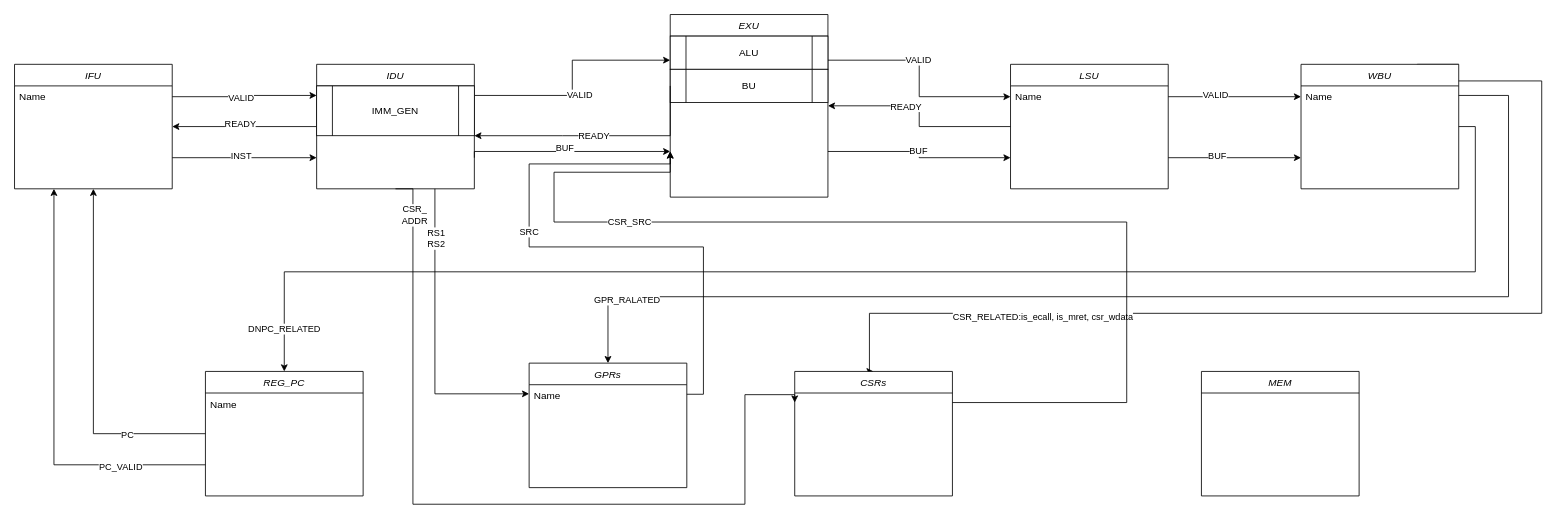
Earlier version of the draw.io diagram efactor_npc.drawio (rand-kcs/demo). Source tidied: cells renumbered, new cells numbered last; positions are measured from the earlier drawing's top-left corner, leaving out a move shared by most shapes. Both pictures are drawn from the tidied source at 83%, with x=0, y=0 at pixel (14, 14).
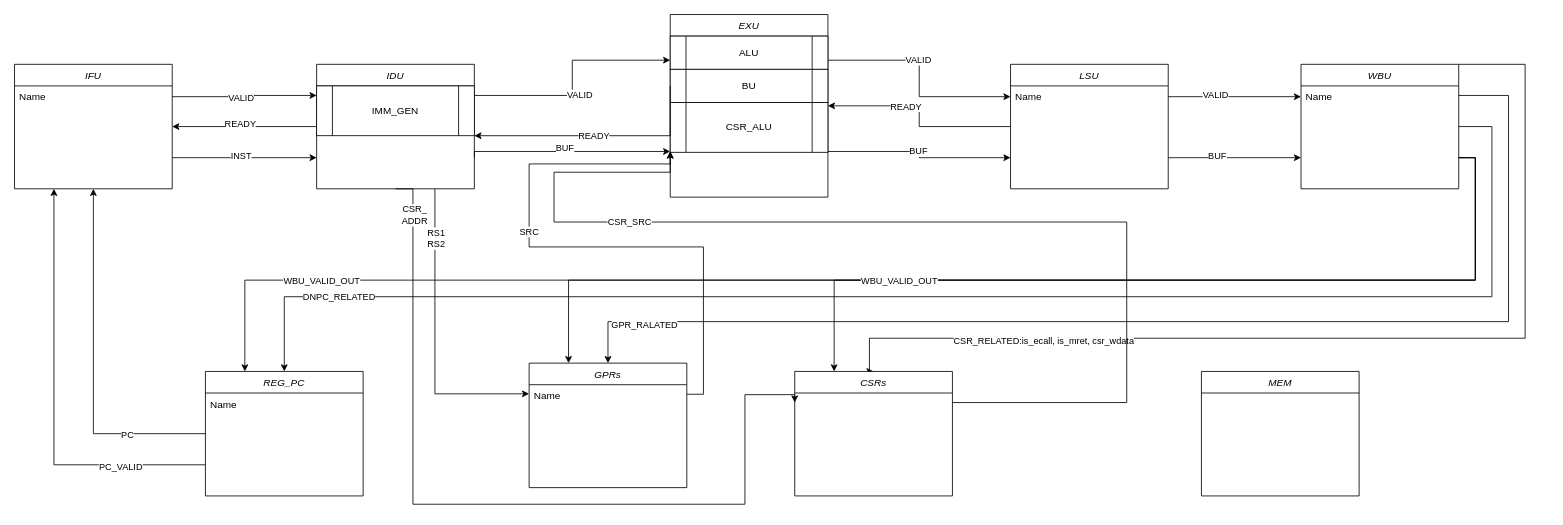
The same page after the edit.

The change refers to these unchanged cells:
```xml
<mxCell id="12" value="WBU" style="swimlane;fontStyle=2;align=center;verticalAlign=top;horizontal=1;startSize=26;rounded=0;shadow=0;strokeWidth=1;" parent="1" vertex="1">
  <mxGeometry x="1550" y="60" width="190" height="150" as="geometry" />
</mxCell>
<mxCell id="18" value="EXU" style="swimlane;fontStyle=2;align=center;verticalAlign=top;horizontal=1;startSize=26;rounded=0;shadow=0;strokeWidth=1;" parent="1" vertex="1">
  <mxGeometry x="790" width="190" height="220" as="geometry" />
</mxCell>
<mxCell id="42" value="GPRs" style="swimlane;fontStyle=2;align=center;verticalAlign=top;horizontal=1;startSize=26;rounded=0;shadow=0;strokeWidth=1;" parent="1" vertex="1">
  <mxGeometry x="620" y="420" width="190" height="150" as="geometry" />
</mxCell>
<mxCell id="48" value="REG_PC" style="swimlane;fontStyle=2;align=center;verticalAlign=top;horizontal=1;startSize=26;rounded=0;shadow=0;strokeWidth=1;" parent="1" vertex="1">
  <mxGeometry x="230" y="430" width="190" height="150" as="geometry" />
</mxCell>
<mxCell id="56" value="CSRs" style="swimlane;fontStyle=2;align=center;verticalAlign=top;horizontal=1;startSize=26;rounded=0;shadow=0;strokeWidth=1;" parent="1" vertex="1">
  <mxGeometry x="940" y="430" width="190" height="150" as="geometry" />
</mxCell>
```

The edit, as a diff of the source:
```diff
@@
     <mxCell id="6" style="edgeStyle=orthogonalEdgeStyle;rounded=0;jettySize=auto;html=1;exitX=1;exitY=0.5;exitDx=0;exitDy=0;entryX=0.5;entryY=0;entryDx=0;entryDy=0;" parent="1" edge="1" source="12" target="48">
       <mxGeometry relative="1" as="geometry">
         <Array as="points">
-          <mxPoint x="1760" y="135" />
-          <mxPoint x="1760" y="310" />
-          <mxPoint x="325" y="310" />
+          <mxPoint x="1780" y="135" />
+          <mxPoint x="1780" y="340" />
+          <mxPoint x="325" y="340" />
         </Array>
       </mxGeometry>
     </mxCell>
     <mxCell id="7" value="DNPC_RELATED" style="edgeLabel;html=1;align=center;verticalAlign=middle;" parent="6" vertex="1">
-      <mxGeometry x="0.94" y="-1" relative="1" as="geometry" />
+      <mxGeometry x="0.94" y="-1" relative="1" as="geometry">
+        <mxPoint x="66" y="-37" as="offset" />
+      </mxGeometry>
     </mxCell>
     <mxCell id="8" style="edgeStyle=orthogonalEdgeStyle;rounded=0;jettySize=auto;html=1;exitX=1;exitY=0.25;exitDx=0;exitDy=0;entryX=0.5;entryY=0;entryDx=0;entryDy=0;" parent="1" edge="1" source="12" target="42">
       <mxGeometry relative="1" as="geometry">
         <Array as="points">
-          <mxPoint x="1800" y="98" />
-          <mxPoint x="1800" y="340" />
-          <mxPoint x="715" y="340" />
+          <mxPoint x="1800" y="97" />
+          <mxPoint x="1800" y="370" />
+          <mxPoint x="715" y="370" />
         </Array>
       </mxGeometry>
     </mxCell>
     <mxCell id="9" value="GPR_RALATED" style="edgeLabel;html=1;align=center;verticalAlign=middle;" parent="8" vertex="1">
-      <mxGeometry x="0.86" y="3" relative="1" as="geometry" />
+      <mxGeometry x="0.86" y="3" relative="1" as="geometry">
+        <mxPoint x="-9" as="offset" />
+      </mxGeometry>
     </mxCell>
     <mxCell id="10" style="edgeStyle=orthogonalEdgeStyle;rounded=0;jettySize=auto;html=1;exitX=1;exitY=0;exitDx=0;exitDy=0;entryX=0.5;entryY=0;entryDx=0;entryDy=0;" parent="1" edge="1" source="12" target="56">
       <mxGeometry relative="1" as="geometry">
         <Array as="points">
-          <mxPoint x="1690" y="60" />
-          <mxPoint x="1690" y="80" />
-          <mxPoint x="1840" y="80" />
-          <mxPoint x="1840" y="360" />
-          <mxPoint x="1030" y="360" />
+          <mxPoint x="1820" y="60" />
+          <mxPoint x="1820" y="390" />
+          <mxPoint x="1030" y="390" />
           <mxPoint x="1030" y="430" />
         </Array>
       </mxGeometry>
     </mxCell>
@@
+    <mxCell id="59" style="edgeStyle=orthogonalEdgeStyle;rounded=0;jettySize=auto;html=1;exitX=1;exitY=0.75;exitDx=0;exitDy=0;entryX=0.25;entryY=0;entryDx=0;entryDy=0;" parent="1" edge="1" source="12" target="48">
+      <mxGeometry relative="1" as="geometry">
+        <Array as="points">
+          <mxPoint x="1760" y="173" />
+          <mxPoint x="1760" y="320" />
+          <mxPoint x="278" y="320" />
+        </Array>
+      </mxGeometry>
+    </mxCell>
+    <mxCell id="60" value="WBU_VALID_OUT" style="edgeLabel;html=1;align=center;verticalAlign=middle;" parent="59" vertex="1">
+      <mxGeometry x="0.77" relative="1" as="geometry" />
+    </mxCell>
+    <mxCell id="61" style="edgeStyle=orthogonalEdgeStyle;rounded=0;jettySize=auto;html=1;exitX=1;exitY=0.75;exitDx=0;exitDy=0;entryX=0.25;entryY=0;entryDx=0;entryDy=0;" parent="1" edge="1" source="12" target="42">
+      <mxGeometry relative="1" as="geometry">
+        <Array as="points">
+          <mxPoint x="1760" y="173" />
+          <mxPoint x="1760" y="320" />
+          <mxPoint x="667" y="320" />
+        </Array>
+      </mxGeometry>
+    </mxCell>
+    <mxCell id="62" style="edgeStyle=orthogonalEdgeStyle;rounded=0;jettySize=auto;html=1;exitX=1;exitY=0.75;exitDx=0;exitDy=0;entryX=0.25;entryY=0;entryDx=0;entryDy=0;" parent="1" edge="1" source="12" target="56">
+      <mxGeometry relative="1" as="geometry" />
+    </mxCell>
+    <mxCell id="63" value="WBU_VALID_OUT" style="edgeLabel;html=1;align=center;verticalAlign=middle;" parent="62" vertex="1">
+      <mxGeometry x="0.64" relative="1" as="geometry">
+        <mxPoint x="-1" as="offset" />
+      </mxGeometry>
+    </mxCell>
@@
+    <mxCell id="64" value="CSR_ALU" style="shape=process;whiteSpace=wrap;html=1;backgroundOutline=1;" parent="18" vertex="1">
+      <mxGeometry y="106" width="190" height="60" as="geometry" />
+    </mxCell>
```
